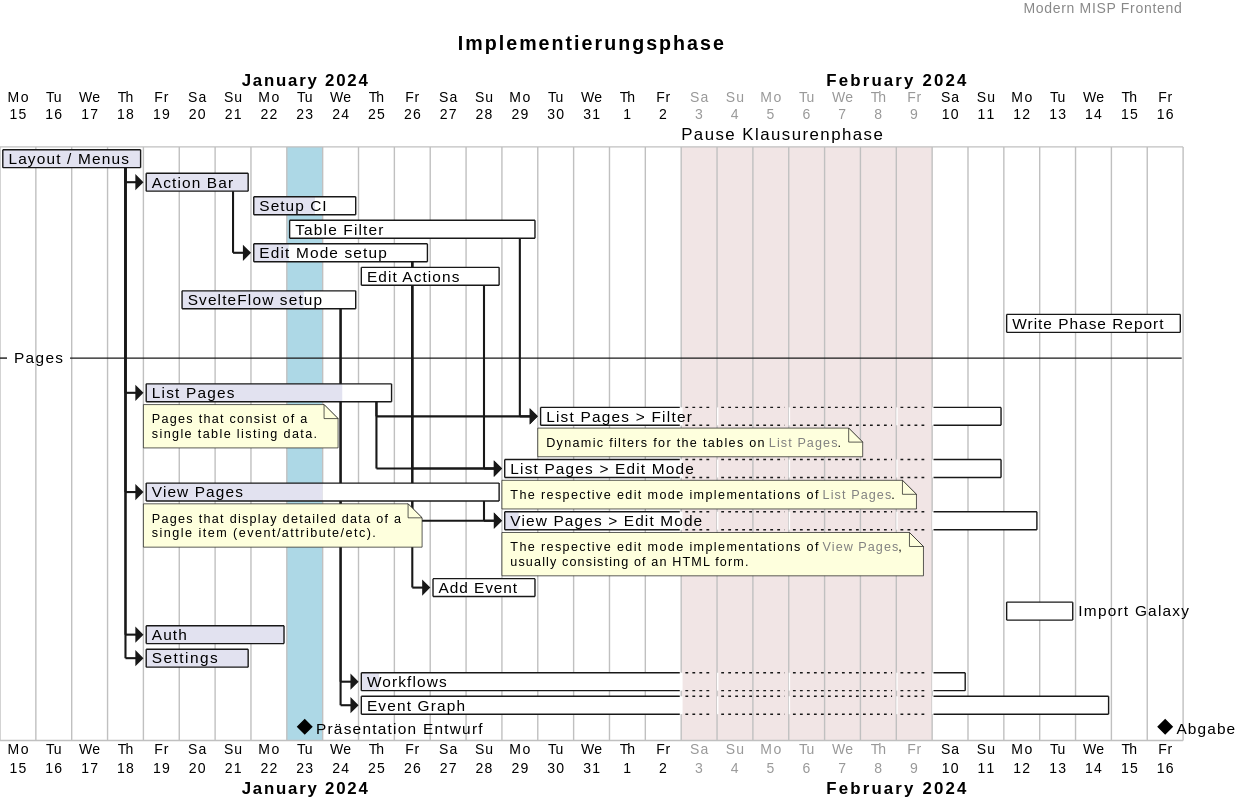
Before: docs/ganttChart.svg, a diagram exported from PlantUML (Modern-MISP/frontend).
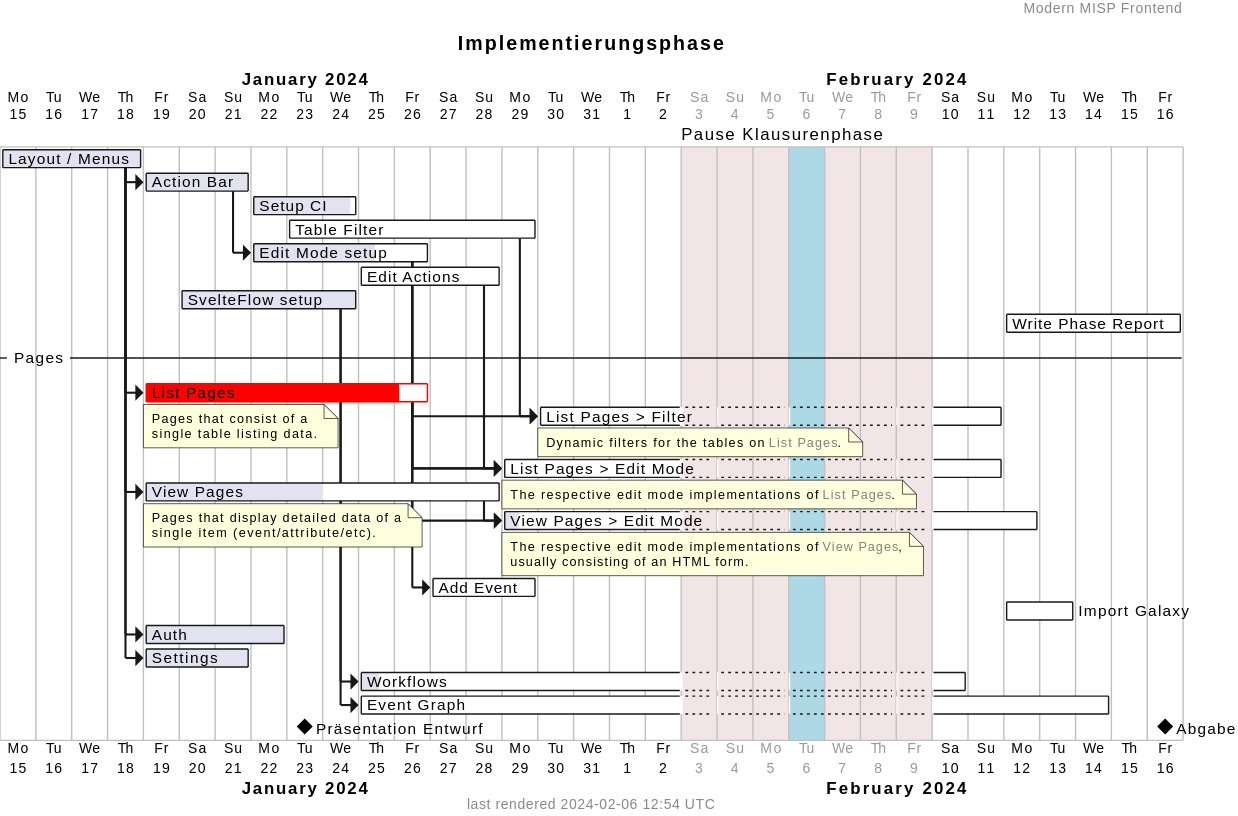
Later version of the same file.

Commit message:
Auto-generated docs for 'Add implementation_report mkdocs document'

Change to the diagram source:
```diff
@@ -1,21 +1,22 @@
-@startgantt
+@startgantt implementation_plan
 printscale daily zoom 1.6
 
 header Modern MISP Frontend
 title Implementierungsphase
+footer last rendered %date("YYYY-MM-dd HH:mm' UTC'")
 
 today is colored in lightblue
 
 [Layout / Menus] requires 4 days
 [Action Bar] requires 3 days
-[Setup CI] requires 3 days and is 60% complete
+[Setup CI] requires 3 days and is 95% complete
 [Table Filter] requires 7 days and is 0% complete
-[Edit Mode setup] requires 5 days and is 20% complete
+[Edit Mode setup] requires 5 days and is 70% complete
 [Edit Actions] requires 4 days and is 0% complete
-[SvelteFlow setup] requires 5 days and is 70% complete
+[SvelteFlow setup] requires 5 days and is 100% complete
 [Write Phase Report] requires 5 days and is 0% complete
 -- Pages --
-[List Pages] requires 7 days and is 80% complete
+[List Pages] requires 8 days and is 90% complete and is colored in red
 note bottom
     Pages that consist of a
     single table listing data.
```
